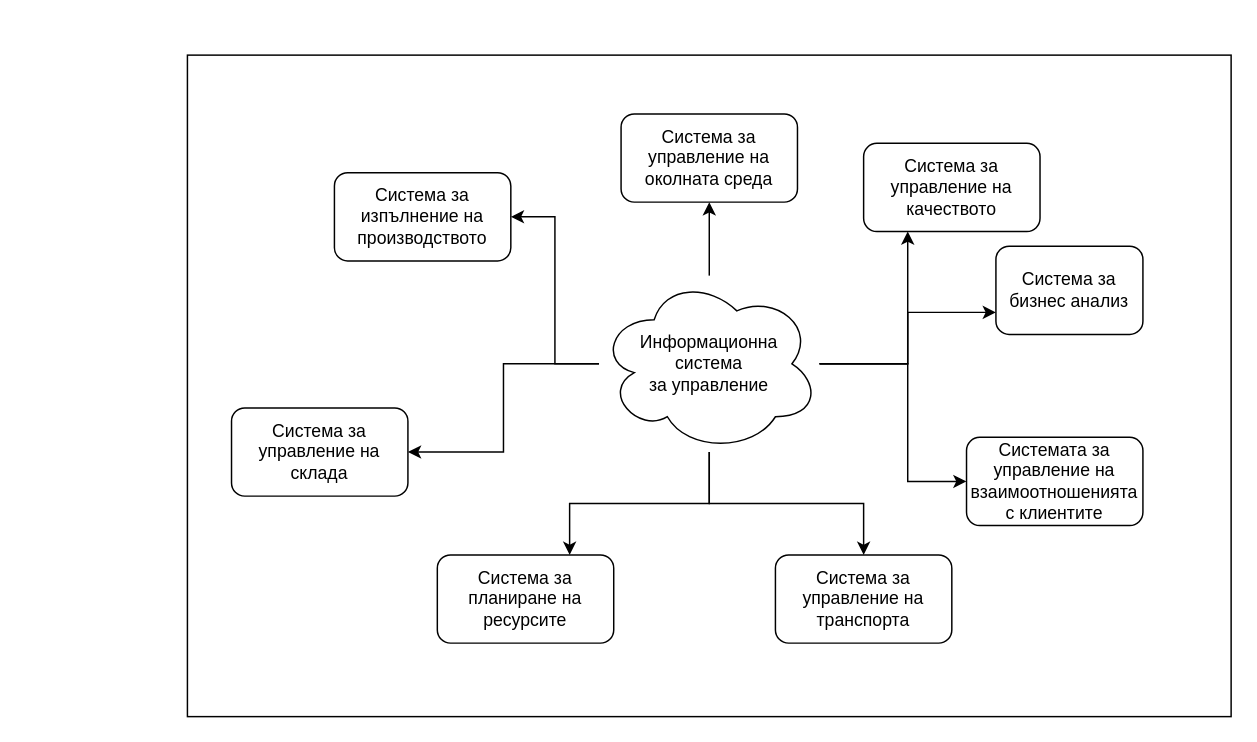
Earlier version of the draw.io diagram Chapter1/PersoSystDiagram.drawio (profjordanov/phd). Source tidied: cells renumbered, new cells numbered last; positions are measured from the earlier drawing's top-left corner, leaving out a move shared by most shapes. Both pictures are drawn from the tidied source at 147%, with x=0, y=0 at pixel (187, 54).
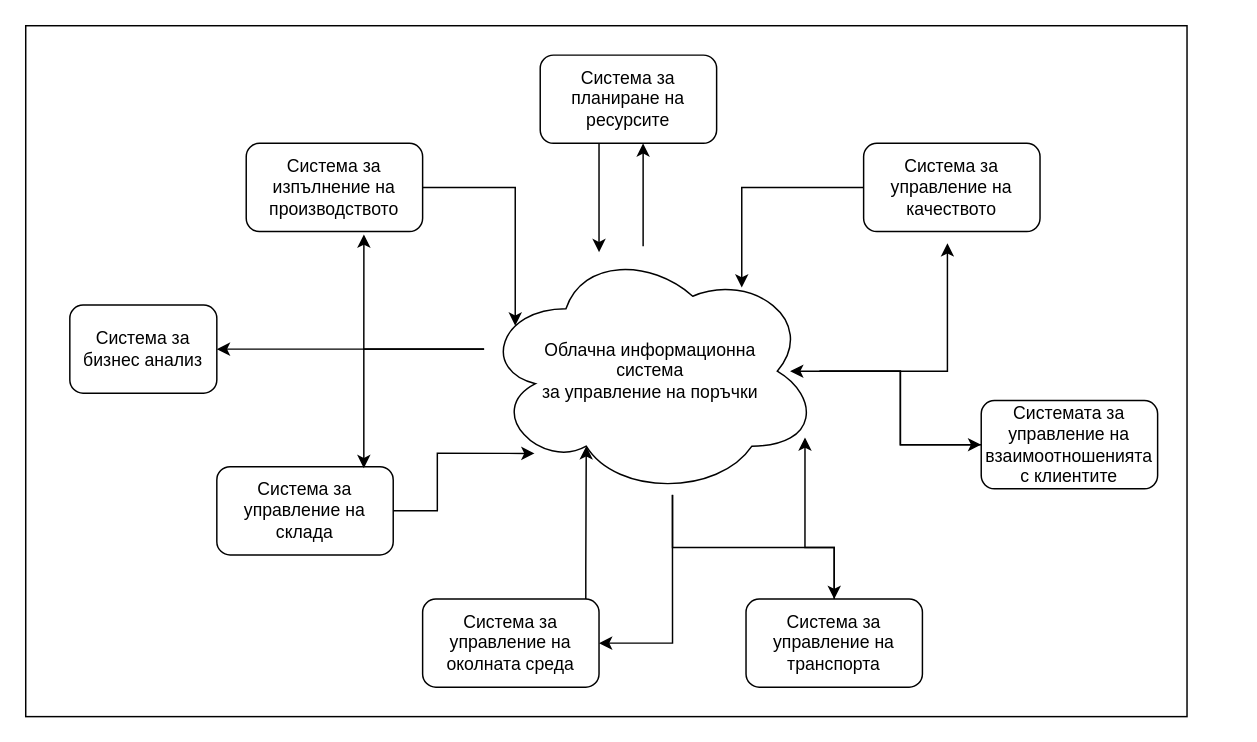
Above is the later version.

Unchanged cells that the change refers to:
```xml
<mxCell id="18" value="Система за управление на качеството" style="rounded=1;whiteSpace=wrap;html=1;" parent="1" vertex="1">
  <mxGeometry x="460" y="60" width="120" height="60" as="geometry" />
</mxCell>
```

What changed in the source:
```diff
@@
     <mxCell id="2" style="rounded=0;whiteSpace=wrap;html=1;" parent="1" vertex="1">
-      <mxGeometry width="710" height="450" as="geometry" />
+      <mxGeometry x="-110" y="-20" width="790" height="470" as="geometry" />
     </mxCell>
+    <mxCell id="6" style="edgeStyle=orthogonalEdgeStyle;rounded=0;jettySize=auto;html=1;" parent="1" edge="1" source="11" target="17">
+      <mxGeometry relative="1" as="geometry">
+        <Array as="points">
+          <mxPoint x="310" y="100" />
+          <mxPoint x="310" y="100" />
+        </Array>
+      </mxGeometry>
+    </mxCell>
+    <mxCell id="5" style="edgeStyle=orthogonalEdgeStyle;rounded=0;jettySize=auto;html=1;entryX=0.667;entryY=1.033;entryDx=0;entryDy=0;entryPerimeter=0;" parent="1" edge="1" source="11" target="16">
+      <mxGeometry relative="1" as="geometry">
+        <Array as="points">
+          <mxPoint x="120" y="200" />
+        </Array>
+      </mxGeometry>
+    </mxCell>
-    <mxCell id="3" style="edgeStyle=orthogonalEdgeStyle;rounded=0;jettySize=auto;html=1;entryX=0.75;entryY=0;entryDx=0;entryDy=0;" parent="1" edge="1" source="11" target="12">
+    <mxCell id="3" style="edgeStyle=orthogonalEdgeStyle;rounded=0;jettySize=auto;html=1;entryX=1;entryY=0.5;entryDx=0;entryDy=0;exitX=0.565;exitY=0.994;exitDx=0;exitDy=0;exitPerimeter=0;" parent="1" edge="1" source="11" target="12">
       <mxGeometry relative="1" as="geometry" />
     </mxCell>
-    <mxCell id="4" style="edgeStyle=orthogonalEdgeStyle;rounded=0;jettySize=auto;html=1;entryX=1;entryY=0.5;entryDx=0;entryDy=0;" parent="1" edge="1" source="11" target="15">
-      <mxGeometry relative="1" as="geometry" />
-    </mxCell>
-    <mxCell id="5" style="edgeStyle=orthogonalEdgeStyle;rounded=0;jettySize=auto;html=1;entryX=1;entryY=0.5;entryDx=0;entryDy=0;" parent="1" edge="1" source="11" target="16">
-      <mxGeometry relative="1" as="geometry" />
-    </mxCell>
-    <mxCell id="6" style="edgeStyle=orthogonalEdgeStyle;rounded=0;jettySize=auto;html=1;" parent="1" edge="1" source="11" target="17">
-      <mxGeometry relative="1" as="geometry" />
-    </mxCell>
-    <mxCell id="7" style="edgeStyle=orthogonalEdgeStyle;rounded=0;jettySize=auto;html=1;entryX=0.25;entryY=1;entryDx=0;entryDy=0;" parent="1" edge="1" source="11" target="18">
-      <mxGeometry relative="1" as="geometry" />
-    </mxCell>
-    <mxCell id="8" style="edgeStyle=orthogonalEdgeStyle;rounded=0;jettySize=auto;html=1;entryX=0;entryY=0.75;entryDx=0;entryDy=0;" parent="1" edge="1" source="11" target="19">
-      <mxGeometry relative="1" as="geometry" />
-    </mxCell>
-    <mxCell id="9" style="edgeStyle=orthogonalEdgeStyle;rounded=0;jettySize=auto;html=1;entryX=0.5;entryY=0;entryDx=0;entryDy=0;" parent="1" edge="1" source="11" target="13">
-      <mxGeometry relative="1" as="geometry" />
+    <mxCell id="9" style="edgeStyle=orthogonalEdgeStyle;rounded=0;jettySize=auto;html=1;" parent="1" edge="1" source="11" target="13">
+      <mxGeometry relative="1" as="geometry">
+        <Array as="points">
+          <mxPoint x="330" y="335" />
+          <mxPoint x="440" y="335" />
+        </Array>
+      </mxGeometry>
     </mxCell>
     <mxCell id="10" style="edgeStyle=orthogonalEdgeStyle;rounded=0;jettySize=auto;html=1;entryX=0;entryY=0.5;entryDx=0;entryDy=0;" parent="1" edge="1" source="11" target="14">
-      <mxGeometry relative="1" as="geometry">
-        <Array as="points">
-          <mxPoint x="490" y="210" />
-          <mxPoint x="490" y="290" />
-        </Array>
-      </mxGeometry>
+      <mxGeometry relative="1" as="geometry" />
     </mxCell>
+    <mxCell id="8" style="edgeStyle=orthogonalEdgeStyle;rounded=0;jettySize=auto;html=1;entryX=1;entryY=0.5;entryDx=0;entryDy=0;" parent="1" edge="1" source="11" target="19">
+      <mxGeometry relative="1" as="geometry">
+        <Array as="points">
+          <mxPoint x="160" y="200" />
+          <mxPoint x="160" y="200" />
+        </Array>
+      </mxGeometry>
+    </mxCell>
-    <mxCell id="11" value="Информационна &lt;br&gt;система&lt;br&gt;за управление" style="ellipse;shape=cloud;whiteSpace=wrap;html=1;" parent="1" vertex="1">
-      <mxGeometry x="280" y="150" width="150" height="120" as="geometry" />
+    <mxCell id="11" value="Облачна информационна &lt;br&gt;система&lt;br&gt;за управление на поръчки" style="ellipse;shape=cloud;whiteSpace=wrap;html=1;" parent="1" vertex="1">
+      <mxGeometry x="200" y="130" width="230" height="170" as="geometry" />
     </mxCell>
-    <mxCell id="12" value="Система за планиране на ресурсите" style="rounded=1;whiteSpace=wrap;html=1;" parent="1" vertex="1">
-      <mxGeometry x="170" y="340" width="120" height="60" as="geometry" />
+    <mxCell id="12" value="Система за управление на околната среда" style="rounded=1;whiteSpace=wrap;html=1;" parent="1" vertex="1">
+      <mxGeometry x="160" y="370" width="120" height="60" as="geometry" />
     </mxCell>
     <mxCell id="13" value="Система за управление на транспорта" style="rounded=1;whiteSpace=wrap;html=1;" parent="1" vertex="1">
-      <mxGeometry x="400" y="340" width="120" height="60" as="geometry" />
+      <mxGeometry x="380" y="370" width="120" height="60" as="geometry" />
     </mxCell>
     <mxCell id="14" value="Системата за управление на взаимоотношенията с клиентите" style="rounded=1;whiteSpace=wrap;html=1;" parent="1" vertex="1">
-      <mxGeometry x="530" y="260" width="120" height="60" as="geometry" />
+      <mxGeometry x="540" y="235" width="120" height="60" as="geometry" />
     </mxCell>
     <mxCell id="15" value="Система за управление на складa" style="rounded=1;whiteSpace=wrap;html=1;" parent="1" vertex="1">
-      <mxGeometry x="30" y="240" width="120" height="60" as="geometry" />
+      <mxGeometry x="20" y="280" width="120" height="60" as="geometry" />
     </mxCell>
     <mxCell id="16" value="Системa за изпълнение на производството" style="rounded=1;whiteSpace=wrap;html=1;" parent="1" vertex="1">
-      <mxGeometry x="100" y="80" width="120" height="60" as="geometry" />
+      <mxGeometry x="40" y="60" width="120" height="60" as="geometry" />
     </mxCell>
+    <mxCell id="20" style="edgeStyle=orthogonalEdgeStyle;rounded=0;jettySize=auto;html=1;" parent="1" edge="1" source="17" target="11">
+      <mxGeometry relative="1" as="geometry">
+        <Array as="points">
+          <mxPoint x="280" y="100" />
+          <mxPoint x="280" y="100" />
+        </Array>
+      </mxGeometry>
+    </mxCell>
-    <mxCell id="17" value="Система за управление на околната среда" style="rounded=1;whiteSpace=wrap;html=1;" parent="1" vertex="1">
-      <mxGeometry x="295" y="40" width="120" height="60" as="geometry" />
+    <mxCell id="17" value="Система за планиране на ресурсите" style="rounded=1;whiteSpace=wrap;html=1;" parent="1" vertex="1">
+      <mxGeometry x="240" width="120" height="60" as="geometry" />
     </mxCell>
@@
     <mxCell id="19" value="Система за бизнес анализ" style="rounded=1;whiteSpace=wrap;html=1;" parent="1" vertex="1">
-      <mxGeometry x="550" y="130" width="100" height="60" as="geometry" />
+      <mxGeometry x="-80" y="170" width="100" height="60" as="geometry" />
     </mxCell>
+    <mxCell id="21" style="edgeStyle=orthogonalEdgeStyle;rounded=0;jettySize=auto;html=1;entryX=0.1;entryY=0.318;entryDx=0;entryDy=0;entryPerimeter=0;" parent="1" edge="1" source="16" target="11">
+      <mxGeometry relative="1" as="geometry" />
+    </mxCell>
+    <mxCell id="22" style="edgeStyle=orthogonalEdgeStyle;rounded=0;jettySize=auto;html=1;entryX=0.77;entryY=0.165;entryDx=0;entryDy=0;entryPerimeter=0;" parent="1" edge="1" source="18" target="11">
+      <mxGeometry relative="1" as="geometry" />
+    </mxCell>
+    <mxCell id="7" style="edgeStyle=orthogonalEdgeStyle;rounded=0;jettySize=auto;html=1;entryX=0.475;entryY=1.133;entryDx=0;entryDy=0;entryPerimeter=0;" parent="1" edge="1" source="11" target="18">
+      <mxGeometry relative="1" as="geometry" />
+    </mxCell>
+    <mxCell id="23" style="edgeStyle=orthogonalEdgeStyle;rounded=0;jettySize=auto;html=1;entryX=0.157;entryY=0.829;entryDx=0;entryDy=0;entryPerimeter=0;" parent="1" edge="1" source="15" target="11">
+      <mxGeometry relative="1" as="geometry" />
+    </mxCell>
+    <mxCell id="24" style="edgeStyle=orthogonalEdgeStyle;rounded=0;jettySize=auto;html=1;entryX=0.31;entryY=0.8;entryDx=0;entryDy=0;entryPerimeter=0;" parent="1" edge="1" source="12" target="11">
+      <mxGeometry relative="1" as="geometry">
+        <Array as="points">
+          <mxPoint x="271" y="350" />
+          <mxPoint x="271" y="350" />
+        </Array>
+      </mxGeometry>
+    </mxCell>
+    <mxCell id="25" style="edgeStyle=orthogonalEdgeStyle;rounded=0;jettySize=auto;html=1;" parent="1" edge="1" source="11">
+      <mxGeometry relative="1" as="geometry">
+        <mxPoint x="120" y="281" as="targetPoint" />
+        <Array as="points">
+          <mxPoint x="120" y="200" />
+          <mxPoint x="120" y="281" />
+        </Array>
+      </mxGeometry>
+    </mxCell>
+    <mxCell id="26" style="edgeStyle=orthogonalEdgeStyle;rounded=0;jettySize=auto;html=1;entryX=0.957;entryY=0.765;entryDx=0;entryDy=0;entryPerimeter=0;" parent="1" edge="1" source="13" target="11">
+      <mxGeometry relative="1" as="geometry" />
+    </mxCell>
+    <mxCell id="27" style="edgeStyle=orthogonalEdgeStyle;rounded=0;jettySize=auto;html=1;entryX=0.913;entryY=0.5;entryDx=0;entryDy=0;entryPerimeter=0;" parent="1" edge="1" source="14" target="11">
+      <mxGeometry relative="1" as="geometry" />
+    </mxCell>
```
